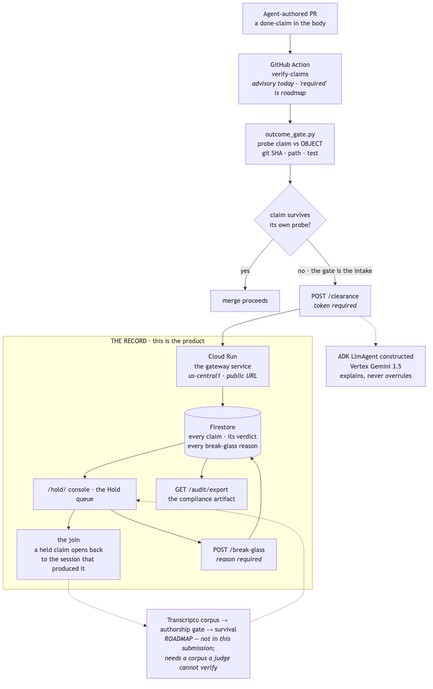
Above: docs/architecture.png in Morkeeth/agent-work-record-witness-ata (Mermaid), before the change. Its source is kept beside it as docs/architecture.mmd.
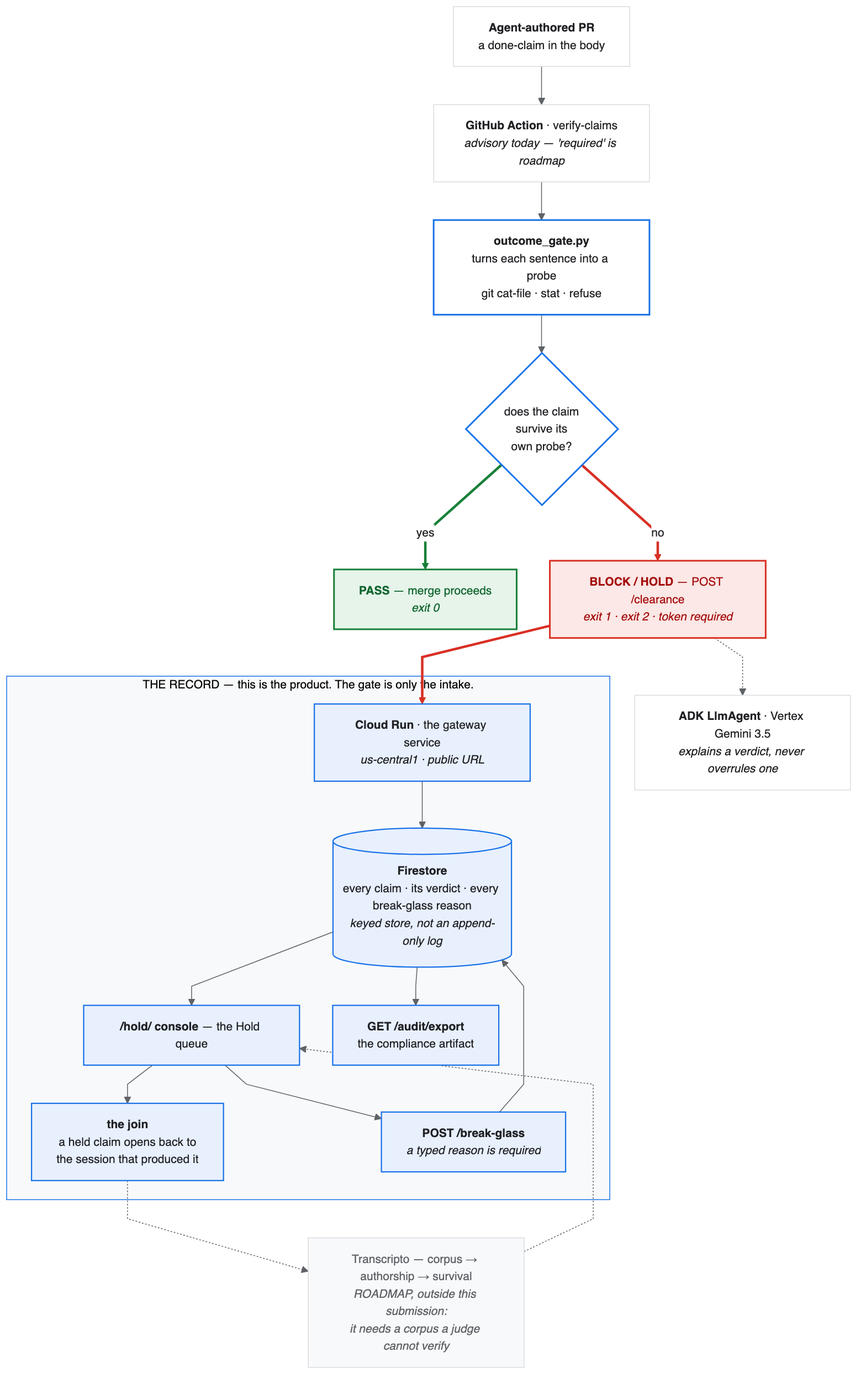
The same file after the commit.

Commit message:
architecture diagram: colour carries the verdict, and the skin is the console's own

What changed in the source:
```diff
@@ -1,32 +1,67 @@
+%%{init: {
+  "theme": "base",
+  "themeVariables": {
+    "fontFamily": "Helvetica, Arial, sans-serif",
+    "fontSize": "14px",
+    "primaryColor": "#ffffff",
+    "primaryTextColor": "#202124",
+    "primaryBorderColor": "#dadce0",
+    "lineColor": "#5f6368",
+    "tertiaryColor": "#f8f9fa",
+    "clusterBkg": "#f8f9fa",
+    "clusterBorder": "#1a73e8"
+  },
+  "themeCSS": ".nodeLabel, .edgeLabel, .cluster-label, .nodeLabel p, .edgeLabel p, .cluster-label p, .label, .label span, .label div { font-family: Helvetica, Arial, sans-serif; }",
+  "flowchart": { "curve": "linear", "nodeSpacing": 40, "rankSpacing": 46 }
+}}%%
 flowchart TB
-  PR["Agent-authored PR<br/>a done-claim in the body"]
-  A["GitHub Action<br/>verify-claims<br/><i>advisory today · 'required' is roadmap</i>"]
-  P["outcome_gate.py<br/>probe claim vs OBJECT<br/>git SHA · path · test"]
-  V{"claim survives<br/>its own probe?"}
-  M["merge proceeds"]
-  CL["POST /clearance<br/><i>token required</i>"]
+  PR["<b>Agent-authored PR</b><br/>a done-claim in the body"]
+  A["<b>GitHub Action</b> · verify-claims<br/><i>advisory today — 'required' is roadmap</i>"]
+  P["<b>outcome_gate.py</b><br/>turns each sentence into a probe<br/>git cat-file · stat · refuse"]
+  V{"does the claim<br/>survive its<br/>own probe?"}
 
-  subgraph Product["THE RECORD · this is the product"]
+  M["<b>PASS</b> — merge proceeds<br/><i>exit 0</i>"]
+  CL["<b>BLOCK / HOLD</b> — POST /clearance<br/><i>exit 1 · exit 2 · token required</i>"]
+
+  subgraph Product["THE RECORD — this is the product. The gate is only the intake."]
     direction TB
-    CR["Cloud Run<br/>the gateway service<br/><i>us-central1 · public URL</i>"]
-    FS[("Firestore<br/>every claim · its verdict<br/>every break-glass reason")]
+    CR["<b>Cloud Run</b> · the gateway service<br/><i>us-central1 · public URL</i>"]
+    FS[("<b>Firestore</b><br/>every claim · its verdict · every break-glass reason<br/><i>keyed store, not an append-only log</i>")]
+    Q["<b>/hold/ console</b> — the Hold queue"]
+    JOIN["<b>the join</b><br/>a held claim opens back to<br/>the session that produced it"]
+    EX["<b>GET /audit/export</b><br/>the compliance artifact"]
+    BG["<b>POST /break-glass</b><br/><i>a typed reason is required</i>"]
     CR --> FS
-    Q["/hold/ console · the Hold queue"]
-    JOIN["the join<br/>a held claim opens back<br/>to the session that produced it"]
-    EX["GET /audit/export<br/>the compliance artifact"]
-    BG["POST /break-glass<br/><i>reason required</i>"]
     FS --> Q --> JOIN
     FS --> EX
     Q --> BG --> FS
   end
 
-  AG["ADK LlmAgent constructed<br/>Vertex Gemini 3.5<br/>explains, never overrules"]
-  SV["Transcripto corpus → authorship gate → survival<br/><i>ROADMAP — not in this submission;<br/>needs a corpus a judge cannot verify</i>"]
+  AG["<b>ADK LlmAgent</b> · Vertex Gemini 3.5<br/><i>explains a verdict, never overrules one</i>"]
+  SV["Transcripto — corpus → authorship → survival<br/><i>ROADMAP, outside this submission:<br/>it needs a corpus a judge cannot verify</i>"]
 
   PR --> A --> P --> V
   V -- "yes" --> M
-  V -- "no · the gate is the intake" --> CL
+  V -- "no" --> CL
   CL --> CR
   CL -.-> AG
   JOIN -.-> SV
   SV -.-> Q
+
+  classDef pass  fill:#e6f4ea,stroke:#188038,stroke-width:2px,color:#0d652d;
+  classDef hold  fill:#fce8e6,stroke:#d93025,stroke-width:2px,color:#a50e0e;
+  classDef probe fill:#ffffff,stroke:#1a73e8,stroke-width:2px,color:#202124;
+  classDef store fill:#e8f0fe,stroke:#1a73e8,stroke-width:1.5px,color:#202124;
+  classDef quiet fill:#ffffff,stroke:#dadce0,stroke-width:1px,color:#202124;
+  classDef road  fill:#f8f9fa,stroke:#dadce0,stroke-width:1px,color:#5f6368;
+
+  class M pass;
+  class CL hold;
+  class P,V probe;
+  class CR,FS,Q,JOIN,EX,BG store;
+  class PR,A,AG quiet;
+  class SV road;
+
+  linkStyle 9  stroke:#188038,stroke-width:3px;
+  linkStyle 10 stroke:#d93025,stroke-width:3px;
+  linkStyle 11 stroke:#d93025,stroke-width:3px;
```
